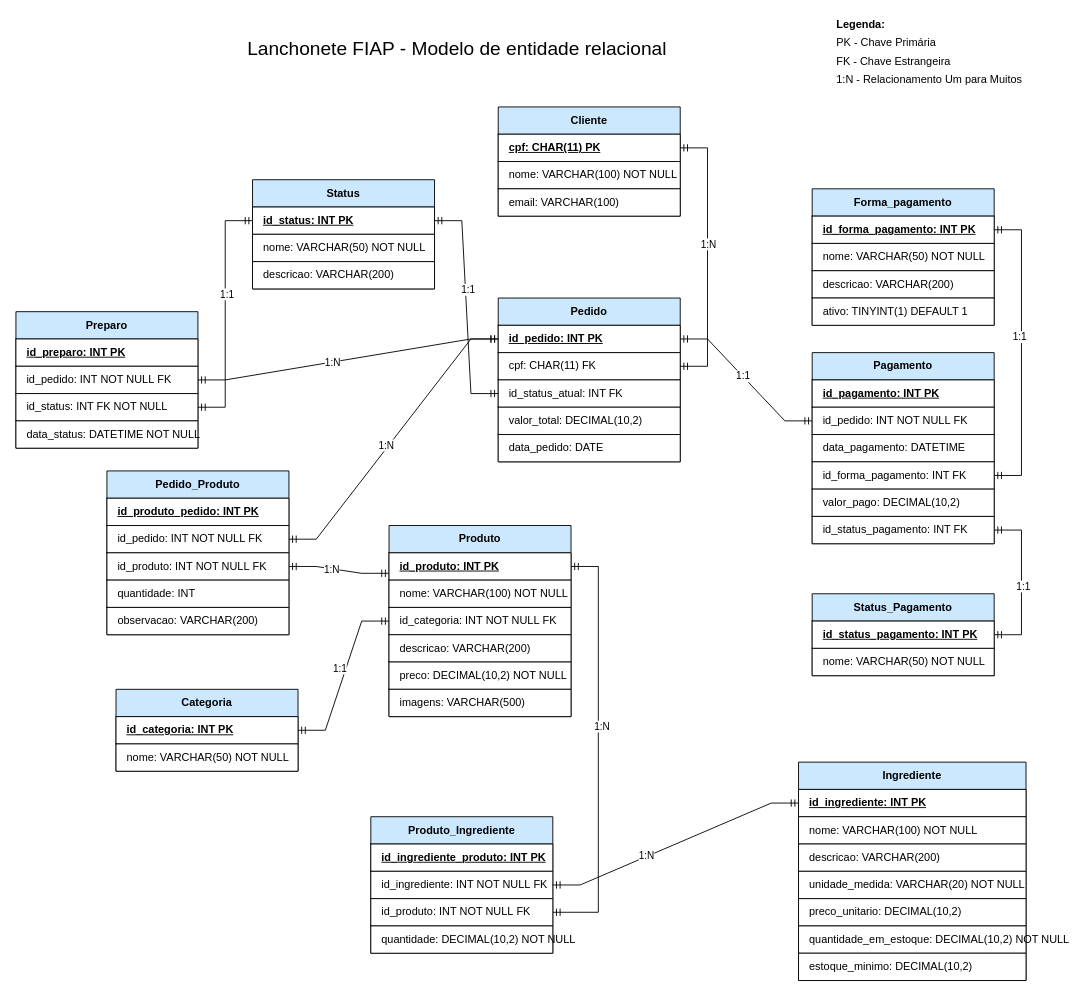
The draw.io diagram fase1/docs/MER.drawio in fiap-soat11/.github, before the edit. Source tidied: cells renumbered, new cells numbered last; positions are measured from the earlier drawing's top-left corner, leaving out a move shared by most shapes. Both pictures are drawn from the tidied source at 91%, with x=0, y=0 at pixel (15, 15).
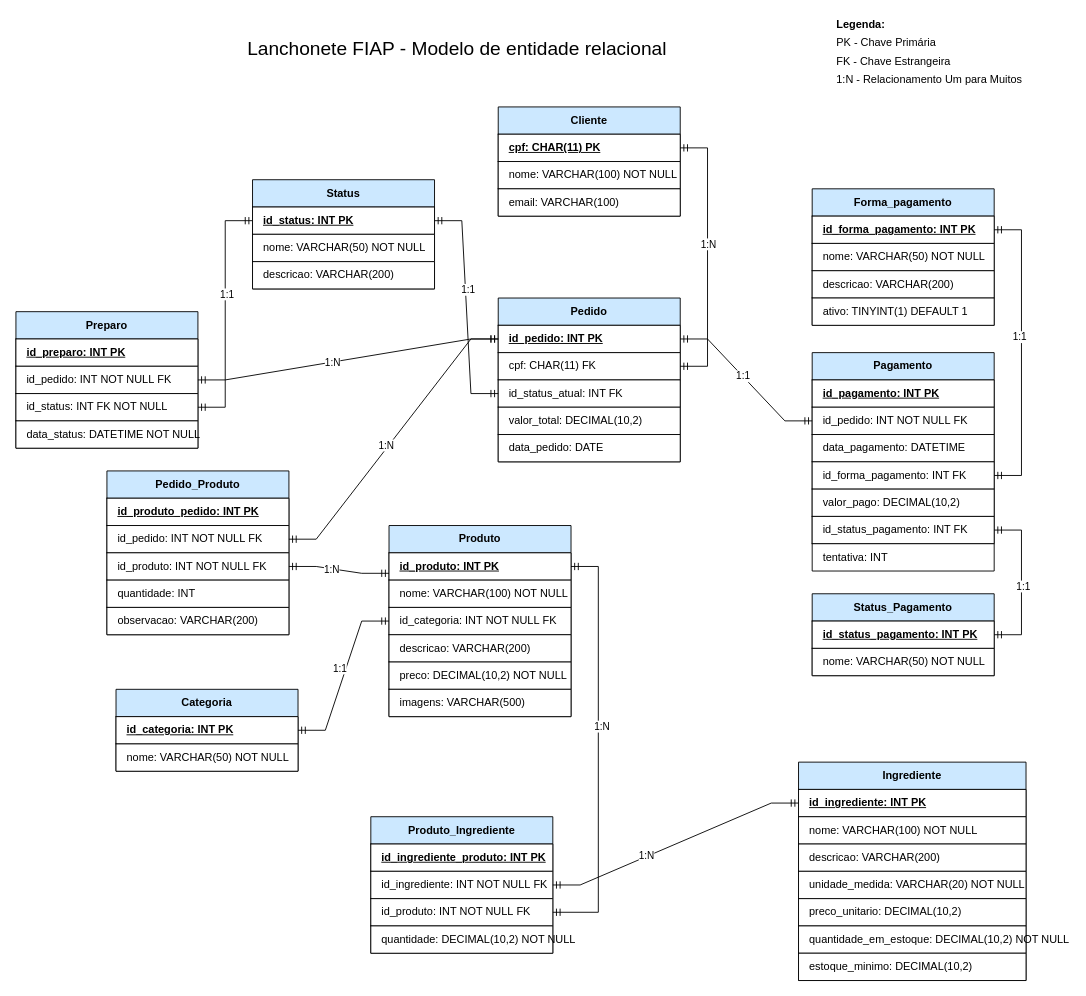
After the change.

The change refers to these unchanged cells:
```xml
<mxCell id="29" value="Pagamento" style="shape=table;startSize=30;childLayout=tableLayout;rowLines=0;fontStyle=1;align=center;html=1;whiteSpace=wrap;fillColor=#CCE8FF;" parent="1" vertex="1">
  <mxGeometry x="875" y="370" width="200" height="210" as="geometry" />
</mxCell>
```

What changed in the source:
```diff
@@
+    <mxCell id="94" value="tentativa: INT" style="shape=partialRectangle;html=1;align=left;spacingLeft=10;" parent="29" vertex="1">
+      <mxGeometry y="210" width="200" height="30" as="geometry" />
+    </mxCell>
```
